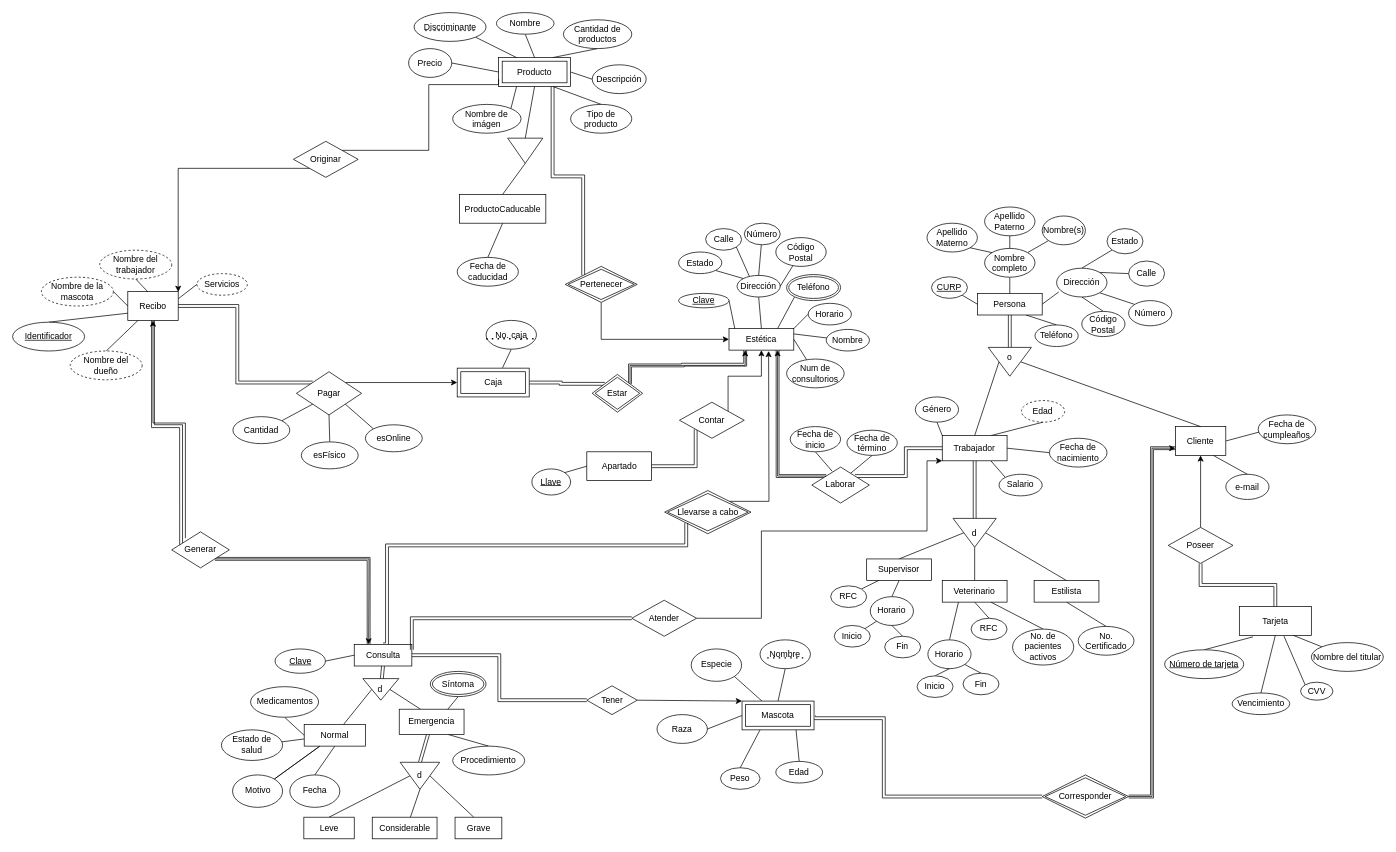
This is ERAlfa.drawio from FBD-Alfa/Practica03, a draw.io file, before an edit. Source tidied: cells renumbered, new cells numbered last; positions are measured from the earlier drawing's top-left corner, leaving out a move shared by most shapes. Both pictures are drawn from the tidied source at 72%, with x=0, y=0 at pixel (12, 12).
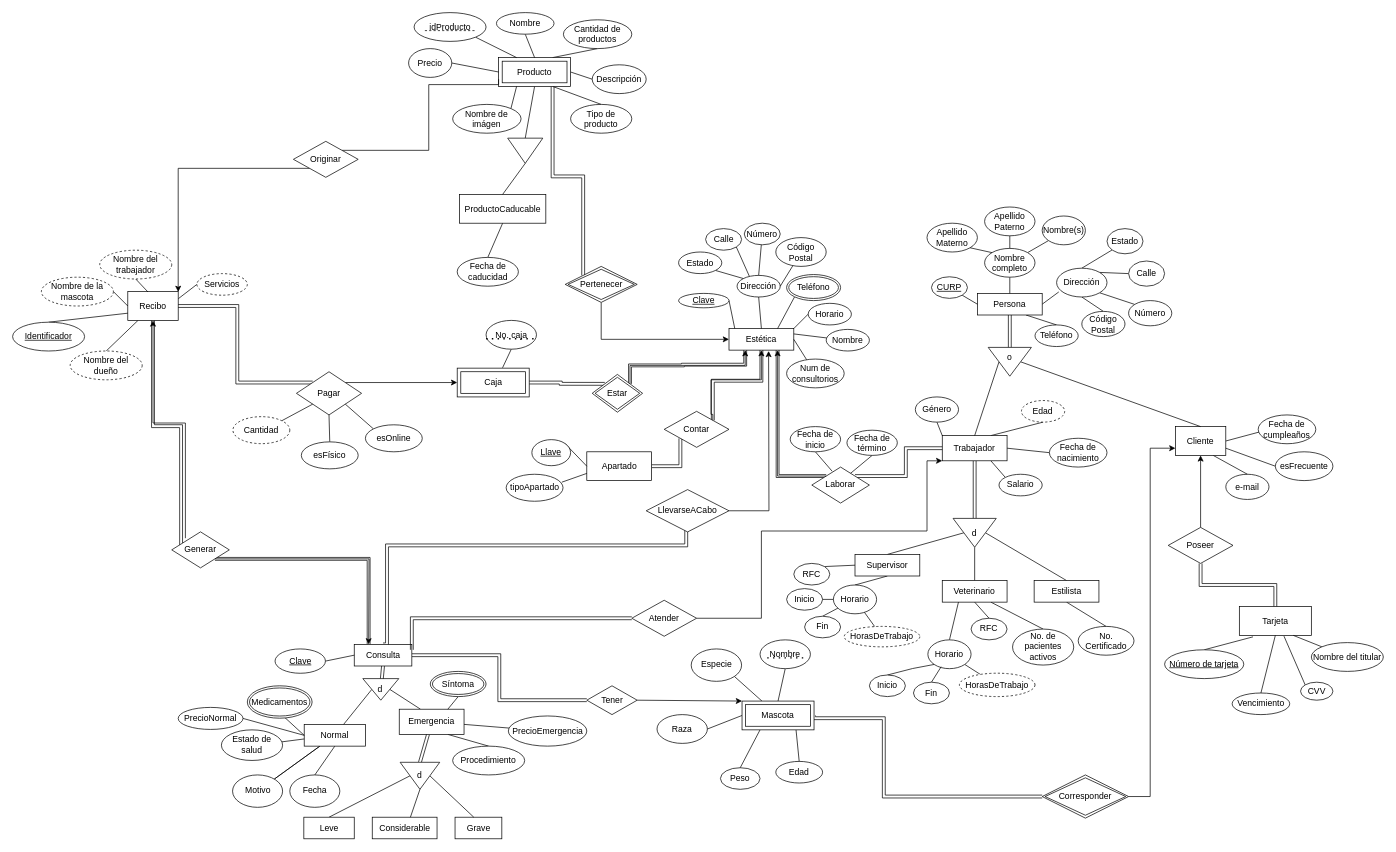
After the change.

The change refers to these unchanged cells:
```xml
<mxCell id="3" value="Estética" style="rounded=0;whiteSpace=wrap;html=1;" parent="1" vertex="1">
  <mxGeometry x="995" y="438.8" width="90" height="30" as="geometry" />
</mxCell>
<mxCell id="41" value="Normal" style="whiteSpace=wrap;html=1;align=center;" parent="1" vertex="1">
  <mxGeometry x="405" y="988.8" width="85" height="30" as="geometry" />
</mxCell>
<mxCell id="45" value="Emergencia" style="whiteSpace=wrap;html=1;align=center;" parent="1" vertex="1">
  <mxGeometry x="537" y="967.5" width="90" height="35" as="geometry" />
</mxCell>
<mxCell id="70" value="Fecha de cumpleaños" style="ellipse;whiteSpace=wrap;html=1;align=center;" parent="1" vertex="1">
  <mxGeometry x="1730" y="558.8" width="80" height="40" as="geometry" />
</mxCell>
<mxCell id="119" value="Cliente" style="whiteSpace=wrap;html=1;align=center;" parent="1" vertex="1">
  <mxGeometry x="1615" y="575" width="70" height="40" as="geometry" />
</mxCell>
<mxCell id="140" value="Horario" style="ellipse;whiteSpace=wrap;html=1;align=center;" parent="1" vertex="1">
  <mxGeometry x="1271.2" y="871.2" width="60" height="40" as="geometry" />
</mxCell>
<mxCell id="187" value="Consulta" style="whiteSpace=wrap;html=1;align=center;" parent="1" vertex="1">
  <mxGeometry x="474.5" y="877.5" width="80" height="30" as="geometry" />
</mxCell>
<mxCell id="218" value="Apartado" style="whiteSpace=wrap;html=1;align=center;" parent="1" vertex="1">
  <mxGeometry x="797.5" y="610" width="90" height="40" as="geometry" />
</mxCell>
<mxCell id="239" value="Corresponder" style="shape=rhombus;double=1;perimeter=rhombusPerimeter;whiteSpace=wrap;html=1;align=center;" parent="1" vertex="1">
  <mxGeometry x="1430" y="1058.8" width="120" height="60" as="geometry" />
</mxCell>
```

The edit, as a diff of the source:
```diff
@@
-    <mxCell id="50" style="edgeStyle=none;rounded=0;jettySize=auto;html=1;exitX=0.5;exitY=1;exitDx=0;exitDy=0;entryX=0;entryY=0.5;entryDx=0;entryDy=0;endArrow=none;endFill=0;" parent="1" edge="1" source="51" target="41">
-      <mxGeometry relative="1" as="geometry" />
+    <mxCell id="50" style="edgeStyle=none;rounded=0;jettySize=auto;html=1;exitX=0.5;exitY=1;exitDx=0;exitDy=0;entryX=0;entryY=0.5;entryDx=0;entryDy=0;endArrow=none;endFill=0;" parent="1" edge="1" target="41">
+      <mxGeometry relative="1" as="geometry">
+        <mxPoint x="377.8" y="978.8" as="sourcePoint" />
+      </mxGeometry>
     </mxCell>
-    <mxCell id="51" value="Medicamentos" style="ellipse;whiteSpace=wrap;html=1;" parent="1" vertex="1">
-      <mxGeometry x="330.5" y="936.2" width="94.5" height="42.5" as="geometry" />
-    </mxCell>
@@
-    <mxCell id="64" style="edgeStyle=orthogonalEdgeStyle;rounded=0;jettySize=auto;html=1;exitX=1;exitY=0;exitDx=0;exitDy=0;endArrow=classic;endFill=1;" parent="1" edge="1" source="65">
+    <mxCell id="64" style="edgeStyle=orthogonalEdgeStyle;rounded=0;jettySize=auto;html=1;exitX=1;exitY=0.5;exitDx=0;exitDy=0;endArrow=classic;endFill=1;" parent="1" edge="1" source="257">
       <mxGeometry relative="1" as="geometry">
         <mxPoint x="1050" y="470" as="targetPoint" />
       </mxGeometry>
     </mxCell>
-    <mxCell id="65" value="Llevarse a cabo" style="shape=rhombus;double=1;perimeter=rhombusPerimeter;whiteSpace=wrap;html=1;align=center;" parent="1" vertex="1">
-      <mxGeometry x="905.6" y="663.8" width="120" height="60" as="geometry" />
-    </mxCell>
@@
     <mxCell id="113" value="Supervisor" style="whiteSpace=wrap;html=1;align=center;" parent="1" vertex="1">
-      <mxGeometry x="1186.2" y="758.8" width="90" height="30" as="geometry" />
+      <mxGeometry x="1170" y="752.5" width="90" height="30" as="geometry" />
     </mxCell>
@@
+    <mxCell id="243" style="edgeStyle=none;rounded=0;jettySize=auto;html=1;exitX=1;exitY=1;exitDx=0;exitDy=0;endArrow=none;endFill=0;" parent="1" edge="1" source="140" target="245">
+      <mxGeometry relative="1" as="geometry" />
+    </mxCell>
@@
-    <mxCell id="141" style="edgeStyle=none;rounded=0;jettySize=auto;html=1;endArrow=none;endFill=0;entryX=0.188;entryY=0.992;entryDx=0;entryDy=0;entryPerimeter=0;exitX=1;exitY=0;exitDx=0;exitDy=0;" parent="1" edge="1" source="142" target="113">
+    <mxCell id="141" style="edgeStyle=none;rounded=0;jettySize=auto;html=1;endArrow=none;endFill=0;entryX=0;entryY=0.5;entryDx=0;entryDy=0;exitX=1;exitY=0;exitDx=0;exitDy=0;" parent="1" edge="1" source="142" target="113">
       <mxGeometry relative="1" as="geometry" />
     </mxCell>
+    <mxCell id="244" style="edgeStyle=none;rounded=0;orthogonalLoop=1;jettySize=auto;html=1;exitX=1;exitY=0;exitDx=0;exitDy=0;endArrow=none;endFill=0;entryX=1;entryY=0;entryDx=0;entryDy=0;" parent="1" edge="1" source="142" target="142">
+      <mxGeometry relative="1" as="geometry" />
+    </mxCell>
     <mxCell id="142" value="RFC" style="ellipse;whiteSpace=wrap;html=1;align=center;" parent="1" vertex="1">
-      <mxGeometry x="1136.2" y="796.2" width="50" height="30" as="geometry" />
+      <mxGeometry x="1085" y="765" width="50" height="30" as="geometry" />
     </mxCell>
@@
-    <mxCell id="145" style="edgeStyle=none;rounded=0;jettySize=auto;html=1;entryX=0.5;entryY=1;entryDx=0;entryDy=0;endArrow=none;endFill=0;exitX=0.5;exitY=0;exitDx=0;exitDy=0;" parent="1" edge="1" source="146" target="140">
-      <mxGeometry relative="1" as="geometry" />
+    <mxCell id="145" style="edgeStyle=none;rounded=0;jettySize=auto;html=1;entryX=0;entryY=1;entryDx=0;entryDy=0;endArrow=none;endFill=0;exitX=0.5;exitY=0;exitDx=0;exitDy=0;" parent="1" edge="1" source="146" target="140">
+      <mxGeometry relative="1" as="geometry">
+        <Array as="points">
+          <mxPoint x="1250" y="911" />
+        </Array>
+      </mxGeometry>
     </mxCell>
     <mxCell id="146" value="Inicio" style="ellipse;whiteSpace=wrap;html=1;align=center;" parent="1" vertex="1">
-      <mxGeometry x="1256.2" y="921.2" width="50" height="30" as="geometry" />
+      <mxGeometry x="1190" y="920" width="50" height="30" as="geometry" />
     </mxCell>
-    <mxCell id="147" style="edgeStyle=none;rounded=0;jettySize=auto;html=1;exitX=0.5;exitY=0;exitDx=0;exitDy=0;entryX=1;entryY=1;entryDx=0;entryDy=0;endArrow=none;endFill=0;" parent="1" edge="1" source="148" target="140">
+    <mxCell id="147" style="edgeStyle=none;rounded=0;jettySize=auto;html=1;exitX=0.5;exitY=0;exitDx=0;exitDy=0;endArrow=none;endFill=0;entryX=0.308;entryY=0.933;entryDx=0;entryDy=0;entryPerimeter=0;" parent="1" edge="1" source="148" target="140">
       <mxGeometry relative="1" as="geometry" />
     </mxCell>
     <mxCell id="148" value="Fin" style="ellipse;whiteSpace=wrap;html=1;align=center;" parent="1" vertex="1">
-      <mxGeometry x="1320" y="917.5" width="50" height="30" as="geometry" />
+      <mxGeometry x="1251.2" y="930" width="50" height="30" as="geometry" />
     </mxCell>
@@
-    <mxCell id="158" value="Discriminante" style="ellipse;whiteSpace=wrap;html=1;align=center;" parent="1" vertex="1">
+    <mxCell id="158" value="idProducto" style="ellipse;whiteSpace=wrap;html=1;align=center;" parent="1" vertex="1">
       <mxGeometry x="557.6" width="100" height="40" as="geometry" />
     </mxCell>
@@
-    <mxCell id="186" style="edgeStyle=orthogonalEdgeStyle;rounded=0;jettySize=auto;html=1;entryX=0;entryY=1;entryDx=0;entryDy=0;endArrow=classic;endFill=1;shape=link;exitX=0.5;exitY=0;exitDx=0;exitDy=0;" parent="1" edge="1" source="187" target="65">
+    <mxCell id="186" style="edgeStyle=orthogonalEdgeStyle;rounded=0;jettySize=auto;html=1;entryX=0;entryY=1;entryDx=0;entryDy=0;endArrow=classic;endFill=1;shape=link;exitX=0.5;exitY=0;exitDx=0;exitDy=0;" parent="1" edge="1" source="187">
       <mxGeometry relative="1" as="geometry">
+        <mxPoint x="935.6" y="708.8" as="targetPoint" />
         <Array as="points">
           <mxPoint x="520" y="878" />
           <mxPoint x="520" y="740" />
           <mxPoint x="936" y="740" />
         </Array>
       </mxGeometry>
     </mxCell>
@@
-    <mxCell id="200" value="Cantidad" style="ellipse;whiteSpace=wrap;html=1;align=center;" parent="1" vertex="1">
+    <mxCell id="200" value="Cantidad" style="ellipse;whiteSpace=wrap;html=1;align=center;dashed=1;" parent="1" vertex="1">
       <mxGeometry x="306" y="561.2" width="79" height="37.5" as="geometry" />
     </mxCell>
@@
-    <mxCell id="205" style="edgeStyle=orthogonalEdgeStyle;shape=link;rounded=0;jettySize=auto;html=1;exitX=1;exitY=0.5;exitDx=0;exitDy=0;entryX=0;entryY=0.75;entryDx=0;entryDy=0;endArrow=none;endFill=0;" parent="1" edge="1" source="239" target="119">
-      <mxGeometry relative="1" as="geometry" />
-    </mxCell>
     <mxCell id="206" style="endArrow=classic;html=1;rounded=0;entryX=0;entryY=0.75;entryDx=0;entryDy=0;edgeStyle=orthogonalEdgeStyle;endFill=1;" parent="1" edge="1" source="239" target="119">
-      <mxGeometry relative="1" as="geometry" />
+      <mxGeometry relative="1" as="geometry">
+        <Array as="points">
+          <mxPoint x="1580" y="1089" />
+          <mxPoint x="1580" y="605" />
+        </Array>
+      </mxGeometry>
     </mxCell>
@@
     <mxCell id="209" value="Horario" style="ellipse;whiteSpace=wrap;html=1;align=center;" parent="1" vertex="1">
-      <mxGeometry x="1191.2" y="811.2" width="60" height="40" as="geometry" />
+      <mxGeometry x="1140" y="795" width="60" height="40" as="geometry" />
     </mxCell>
-    <mxCell id="210" style="edgeStyle=none;rounded=0;jettySize=auto;html=1;exitX=1;exitY=0;exitDx=0;exitDy=0;entryX=0;entryY=1;entryDx=0;entryDy=0;endArrow=none;endFill=0;" parent="1" edge="1" source="211" target="209">
-      <mxGeometry relative="1" as="geometry" />
+    <mxCell id="210" style="edgeStyle=none;rounded=0;jettySize=auto;html=1;entryX=0;entryY=0.5;entryDx=0;entryDy=0;endArrow=none;endFill=0;" parent="1" edge="1" target="209">
+      <mxGeometry relative="1" as="geometry">
+        <mxPoint x="1120" y="815" as="sourcePoint" />
+      </mxGeometry>
     </mxCell>
     <mxCell id="211" value="Inicio" style="ellipse;whiteSpace=wrap;html=1;align=center;" parent="1" vertex="1">
-      <mxGeometry x="1141.2" y="851.2" width="50" height="30" as="geometry" />
+      <mxGeometry x="1075" y="800" width="50" height="30" as="geometry" />
     </mxCell>
-    <mxCell id="212" style="edgeStyle=none;rounded=0;jettySize=auto;html=1;exitX=0.5;exitY=0;exitDx=0;exitDy=0;entryX=0.5;entryY=1;entryDx=0;entryDy=0;endArrow=none;endFill=0;" parent="1" edge="1" source="213" target="209">
+    <mxCell id="212" style="edgeStyle=none;rounded=0;jettySize=auto;html=1;exitX=0.5;exitY=0;exitDx=0;exitDy=0;endArrow=none;endFill=0;" parent="1" edge="1" source="213" target="209">
       <mxGeometry relative="1" as="geometry" />
     </mxCell>
     <mxCell id="213" value="Fin" style="ellipse;whiteSpace=wrap;html=1;align=center;" parent="1" vertex="1">
-      <mxGeometry x="1211.2" y="866.2" width="50" height="30" as="geometry" />
+      <mxGeometry x="1100" y="838.4" width="50" height="30" as="geometry" />
     </mxCell>
@@
     <mxCell id="220" value="Llave" style="ellipse;whiteSpace=wrap;html=1;align=center;fontStyle=4;" parent="1" vertex="1">
-      <mxGeometry x="721.2" y="633.8" width="53.8" height="36.2" as="geometry" />
+      <mxGeometry x="721.2" y="593.1" width="53.8" height="36.2" as="geometry" />
     </mxCell>
-    <mxCell id="221" style="edgeStyle=orthogonalEdgeStyle;rounded=0;jettySize=auto;html=1;exitX=1;exitY=0;exitDx=0;exitDy=0;entryX=0.5;entryY=1;entryDx=0;entryDy=0;endArrow=classic;endFill=1;" parent="1" edge="1" source="222" target="3">
+    <mxCell id="221" style="edgeStyle=orthogonalEdgeStyle;rounded=0;jettySize=auto;html=1;exitX=1;exitY=0;exitDx=0;exitDy=0;entryX=0.5;entryY=1;entryDx=0;entryDy=0;endArrow=classic;endFill=1;shape=link;" parent="1" edge="1" source="222" target="3">
       <mxGeometry relative="1" as="geometry" />
     </mxCell>
     <mxCell id="222" value="Contar" style="shape=rhombus;perimeter=rhombusPerimeter;whiteSpace=wrap;html=1;align=center;" parent="1" vertex="1">
-      <mxGeometry x="926.2" y="541.2" width="90" height="50" as="geometry" />
+      <mxGeometry x="905" y="553.8" width="90" height="50" as="geometry" />
     </mxCell>
@@
+    <mxCell id="245" value="HorasDeTrabajo" style="ellipse;whiteSpace=wrap;html=1;align=center;dashed=1;" parent="1" vertex="1">
+      <mxGeometry x="1315" y="917.5" width="105" height="32.5" as="geometry" />
+    </mxCell>
+    <mxCell id="246" style="edgeStyle=none;rounded=0;jettySize=auto;html=1;endArrow=none;endFill=0;" parent="1" edge="1" source="209" target="247">
+      <mxGeometry relative="1" as="geometry" />
+    </mxCell>
+    <mxCell id="247" value="HorasDeTrabajo" style="ellipse;whiteSpace=wrap;html=1;align=center;dashed=1;" parent="1" vertex="1">
+      <mxGeometry x="1155" y="852.5" width="105" height="28.4" as="geometry" />
+    </mxCell>
+    <mxCell id="248" style="edgeStyle=none;rounded=0;orthogonalLoop=1;jettySize=auto;html=1;exitX=0.5;exitY=1;exitDx=0;exitDy=0;endArrow=none;endFill=0;" parent="1" edge="1" source="70" target="70">
+      <mxGeometry relative="1" as="geometry" />
+    </mxCell>
+    <mxCell id="249" style="edgeStyle=none;rounded=0;jettySize=auto;html=1;exitX=0;exitY=0.5;exitDx=0;exitDy=0;entryX=1;entryY=0.75;entryDx=0;entryDy=0;endArrow=none;endFill=0;" parent="1" edge="1" source="250" target="119">
+      <mxGeometry relative="1" as="geometry" />
+    </mxCell>
+    <mxCell id="250" value="esFrecuente" style="ellipse;whiteSpace=wrap;html=1;align=center;" parent="1" vertex="1">
+      <mxGeometry x="1753.8" y="610" width="80" height="40" as="geometry" />
+    </mxCell>
+    <mxCell id="51" value="Medicamentos" style="ellipse;shape=doubleEllipse;margin=3;whiteSpace=wrap;html=1;align=center;" parent="1" vertex="1">
+      <mxGeometry x="326" y="935" width="90" height="45" as="geometry" />
+    </mxCell>
+    <mxCell id="251" style="edgeStyle=none;rounded=0;jettySize=auto;html=1;exitX=1;exitY=0.5;exitDx=0;exitDy=0;entryX=0;entryY=0.5;entryDx=0;entryDy=0;endArrow=none;endFill=0;" parent="1" edge="1" source="252" target="41">
+      <mxGeometry relative="1" as="geometry" />
+    </mxCell>
+    <mxCell id="252" value="PrecioNormal" style="ellipse;whiteSpace=wrap;html=1;align=center;" parent="1" vertex="1">
+      <mxGeometry x="230" y="965" width="90" height="30.6" as="geometry" />
+    </mxCell>
+    <mxCell id="253" style="edgeStyle=none;rounded=0;jettySize=auto;html=1;endArrow=none;endFill=0;" parent="1" edge="1" source="254" target="45">
+      <mxGeometry relative="1" as="geometry" />
+    </mxCell>
+    <mxCell id="254" value="PrecioEmergencia" style="ellipse;whiteSpace=wrap;html=1;align=center;" parent="1" vertex="1">
+      <mxGeometry x="688.5" y="976.9" width="109" height="41.9" as="geometry" />
+    </mxCell>
+    <mxCell id="255" style="edgeStyle=none;rounded=0;jettySize=auto;html=1;exitX=0.978;exitY=0.294;exitDx=0;exitDy=0;entryX=0;entryY=0.75;entryDx=0;entryDy=0;endArrow=none;endFill=0;exitPerimeter=0;" parent="1" edge="1" source="256" target="218">
+      <mxGeometry relative="1" as="geometry" />
+    </mxCell>
+    <mxCell id="256" value="tipoApartado" style="ellipse;whiteSpace=wrap;html=1;align=center;" parent="1" vertex="1">
+      <mxGeometry x="685.5" y="641.2" width="79" height="37.5" as="geometry" />
+    </mxCell>
+    <mxCell id="257" value="LlevarseACabo" style="shape=rhombus;perimeter=rhombusPerimeter;whiteSpace=wrap;html=1;align=center;" parent="1" vertex="1">
+      <mxGeometry x="880" y="662.5" width="115" height="58.8" as="geometry" />
+    </mxCell>
+    <mxCell id="258" style="endArrow=classic;html=1;rounded=0;endFill=1;exitX=1;exitY=0;exitDx=0;exitDy=0;entryX=0.5;entryY=1;entryDx=0;entryDy=0;edgeStyle=orthogonalEdgeStyle;" parent="1" edge="1" source="222" target="3">
+      <mxGeometry relative="1" as="geometry">
+        <Array as="points">
+          <mxPoint x="973" y="558" />
+          <mxPoint x="970" y="558" />
+          <mxPoint x="970" y="510" />
+          <mxPoint x="1040" y="510" />
+        </Array>
+      </mxGeometry>
+    </mxCell>
```
